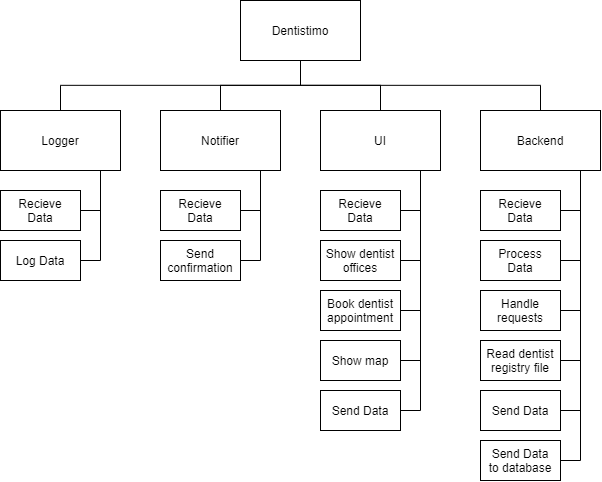
The draw.io diagram images/functional_decomposition.png in Brother-Blue/Dist.-Systems-documentation, before a commit. Source tidied: cells renumbered, new cells last; positions are measured from the earlier drawing's top-left corner, leaving out a move shared by most shapes. Its diagram source:
```xml
<mxGraphModel>
  <root>
    <mxCell id="0" />
    <mxCell id="1" parent="0" />
    <mxCell id="2" style="edgeStyle=elbowEdgeStyle;rounded=0;jettySize=auto;html=1;exitX=0.5;exitY=1;exitDx=0;exitDy=0;entryX=0.5;entryY=0;entryDx=0;entryDy=0;endArrow=none;endFill=0;elbow=vertical;" parent="1" edge="1" source="6" target="25">
      <mxGeometry relative="1" as="geometry" />
    </mxCell>
    <mxCell id="3" style="edgeStyle=elbowEdgeStyle;rounded=0;jettySize=auto;elbow=vertical;html=1;exitX=0.5;exitY=1;exitDx=0;exitDy=0;entryX=0.5;entryY=0;entryDx=0;entryDy=0;endArrow=none;endFill=0;" parent="1" edge="1" source="6" target="18">
      <mxGeometry relative="1" as="geometry" />
    </mxCell>
    <mxCell id="4" style="edgeStyle=elbowEdgeStyle;rounded=0;jettySize=auto;elbow=vertical;html=1;exitX=0.5;exitY=1;exitDx=0;exitDy=0;entryX=0.5;entryY=0;entryDx=0;entryDy=0;endArrow=none;endFill=0;" parent="1" edge="1" source="6" target="12">
      <mxGeometry relative="1" as="geometry" />
    </mxCell>
    <mxCell id="5" style="edgeStyle=elbowEdgeStyle;rounded=0;jettySize=auto;elbow=vertical;html=1;exitX=0.5;exitY=1;exitDx=0;exitDy=0;entryX=0.5;entryY=0;entryDx=0;entryDy=0;endArrow=none;endFill=0;" parent="1" edge="1" source="6" target="9">
      <mxGeometry relative="1" as="geometry" />
    </mxCell>
    <mxCell id="6" value="Dentistimo" style="rounded=0;whiteSpace=wrap;html=1;" parent="1" vertex="1">
      <mxGeometry x="240" width="120" height="60" as="geometry" />
    </mxCell>
    <mxCell id="7" style="edgeStyle=orthogonalEdgeStyle;rounded=0;jettySize=auto;html=1;exitX=0.75;exitY=1;exitDx=0;exitDy=0;entryX=1;entryY=0.5;entryDx=0;entryDy=0;endArrow=none;endFill=0;" parent="1" edge="1" source="9" target="26">
      <mxGeometry relative="1" as="geometry">
        <Array as="points">
          <mxPoint x="100" y="170" />
          <mxPoint x="100" y="210" />
        </Array>
      </mxGeometry>
    </mxCell>
    <mxCell id="8" style="edgeStyle=elbowEdgeStyle;rounded=0;jettySize=auto;html=1;exitX=0.75;exitY=1;exitDx=0;exitDy=0;entryX=1;entryY=0.5;entryDx=0;entryDy=0;endArrow=none;endFill=0;" parent="1" edge="1" source="9" target="27">
      <mxGeometry relative="1" as="geometry">
        <Array as="points">
          <mxPoint x="100" y="200" />
        </Array>
      </mxGeometry>
    </mxCell>
    <mxCell id="9" value="Logger" style="rounded=0;whiteSpace=wrap;html=1;" parent="1" vertex="1">
      <mxGeometry y="110" width="120" height="60" as="geometry" />
    </mxCell>
    <mxCell id="10" style="edgeStyle=elbowEdgeStyle;rounded=0;jettySize=auto;html=1;exitX=0.75;exitY=1;exitDx=0;exitDy=0;entryX=1;entryY=0.5;entryDx=0;entryDy=0;endArrow=none;endFill=0;" parent="1" edge="1" source="12" target="28">
      <mxGeometry relative="1" as="geometry">
        <Array as="points">
          <mxPoint x="260" y="200" />
        </Array>
      </mxGeometry>
    </mxCell>
    <mxCell id="11" style="edgeStyle=elbowEdgeStyle;rounded=0;jettySize=auto;html=1;exitX=0.75;exitY=1;exitDx=0;exitDy=0;entryX=1;entryY=0.5;entryDx=0;entryDy=0;endArrow=none;endFill=0;" parent="1" edge="1" source="12" target="29">
      <mxGeometry relative="1" as="geometry">
        <Array as="points">
          <mxPoint x="260" y="200" />
        </Array>
      </mxGeometry>
    </mxCell>
    <mxCell id="12" value="Notifier" style="rounded=0;whiteSpace=wrap;html=1;" parent="1" vertex="1">
      <mxGeometry x="160" y="110" width="120" height="60" as="geometry" />
    </mxCell>
    <mxCell id="13" style="edgeStyle=elbowEdgeStyle;rounded=0;jettySize=auto;html=1;exitX=0.75;exitY=1;exitDx=0;exitDy=0;entryX=1;entryY=0.5;entryDx=0;entryDy=0;endArrow=none;endFill=0;" parent="1" edge="1" source="18" target="30">
      <mxGeometry relative="1" as="geometry">
        <Array as="points">
          <mxPoint x="420" y="190" />
        </Array>
      </mxGeometry>
    </mxCell>
    <mxCell id="14" style="edgeStyle=elbowEdgeStyle;rounded=0;jettySize=auto;html=1;exitX=0.75;exitY=1;exitDx=0;exitDy=0;entryX=1;entryY=0.5;entryDx=0;entryDy=0;endArrow=none;endFill=0;" parent="1" edge="1" source="18" target="31">
      <mxGeometry relative="1" as="geometry">
        <Array as="points">
          <mxPoint x="420" y="240" />
        </Array>
      </mxGeometry>
    </mxCell>
    <mxCell id="15" style="edgeStyle=elbowEdgeStyle;rounded=0;jettySize=auto;html=1;exitX=0.75;exitY=1;exitDx=0;exitDy=0;entryX=1;entryY=0.5;entryDx=0;entryDy=0;endArrow=none;endFill=0;" parent="1" edge="1" source="18" target="32">
      <mxGeometry relative="1" as="geometry">
        <Array as="points">
          <mxPoint x="420" y="290" />
        </Array>
      </mxGeometry>
    </mxCell>
    <mxCell id="16" style="edgeStyle=elbowEdgeStyle;rounded=0;jettySize=auto;html=1;exitX=0.75;exitY=1;exitDx=0;exitDy=0;entryX=1;entryY=0.5;entryDx=0;entryDy=0;endArrow=none;endFill=0;" parent="1" edge="1" source="18" target="33">
      <mxGeometry relative="1" as="geometry">
        <Array as="points">
          <mxPoint x="420" y="340" />
        </Array>
      </mxGeometry>
    </mxCell>
    <mxCell id="17" style="edgeStyle=elbowEdgeStyle;rounded=0;jettySize=auto;html=1;exitX=0.75;exitY=1;exitDx=0;exitDy=0;entryX=1;entryY=0.5;entryDx=0;entryDy=0;endArrow=none;endFill=0;" parent="1" edge="1" source="18" target="38">
      <mxGeometry relative="1" as="geometry">
        <Array as="points">
          <mxPoint x="420" y="380" />
        </Array>
      </mxGeometry>
    </mxCell>
    <mxCell id="18" value="UI" style="rounded=0;whiteSpace=wrap;html=1;" parent="1" vertex="1">
      <mxGeometry x="320" y="110" width="120" height="60" as="geometry" />
    </mxCell>
    <mxCell id="19" style="edgeStyle=elbowEdgeStyle;rounded=0;jettySize=auto;html=1;exitX=0.75;exitY=1;exitDx=0;exitDy=0;entryX=1;entryY=0.5;entryDx=0;entryDy=0;endArrow=none;endFill=0;" parent="1" edge="1" source="25" target="35">
      <mxGeometry relative="1" as="geometry">
        <Array as="points">
          <mxPoint x="580" y="200" />
        </Array>
      </mxGeometry>
    </mxCell>
    <mxCell id="20" style="edgeStyle=elbowEdgeStyle;rounded=0;jettySize=auto;html=1;exitX=0.75;exitY=1;exitDx=0;exitDy=0;entryX=1;entryY=0.5;entryDx=0;entryDy=0;endArrow=none;endFill=0;" parent="1" edge="1" source="25" target="34">
      <mxGeometry relative="1" as="geometry">
        <Array as="points">
          <mxPoint x="580" y="240" />
        </Array>
      </mxGeometry>
    </mxCell>
    <mxCell id="21" style="edgeStyle=elbowEdgeStyle;rounded=0;jettySize=auto;html=1;exitX=0.75;exitY=1;exitDx=0;exitDy=0;entryX=1;entryY=0.5;entryDx=0;entryDy=0;endArrow=none;endFill=0;" parent="1" edge="1" source="25" target="36">
      <mxGeometry relative="1" as="geometry">
        <Array as="points">
          <mxPoint x="580" y="280" />
        </Array>
      </mxGeometry>
    </mxCell>
    <mxCell id="22" style="edgeStyle=elbowEdgeStyle;rounded=0;jettySize=auto;html=1;exitX=0.75;exitY=1;exitDx=0;exitDy=0;entryX=1;entryY=0.5;entryDx=0;entryDy=0;endArrow=none;endFill=0;" parent="1" edge="1" source="25" target="37">
      <mxGeometry relative="1" as="geometry">
        <Array as="points">
          <mxPoint x="580" y="340" />
        </Array>
      </mxGeometry>
    </mxCell>
    <mxCell id="23" style="edgeStyle=elbowEdgeStyle;rounded=0;jettySize=auto;html=1;exitX=0.75;exitY=1;exitDx=0;exitDy=0;entryX=1;entryY=0.5;entryDx=0;entryDy=0;endArrow=none;endFill=0;" parent="1" edge="1" source="25" target="39">
      <mxGeometry relative="1" as="geometry">
        <Array as="points">
          <mxPoint x="580" y="380" />
        </Array>
      </mxGeometry>
    </mxCell>
    <mxCell id="24" style="edgeStyle=elbowEdgeStyle;rounded=0;jettySize=auto;html=1;exitX=0.75;exitY=1;exitDx=0;exitDy=0;entryX=1;entryY=0.5;entryDx=0;entryDy=0;endArrow=none;endFill=0;" parent="1" edge="1" source="25" target="40">
      <mxGeometry relative="1" as="geometry">
        <Array as="points">
          <mxPoint x="580" y="430" />
        </Array>
      </mxGeometry>
    </mxCell>
    <mxCell id="25" value="Backend" style="rounded=0;whiteSpace=wrap;html=1;" parent="1" vertex="1">
      <mxGeometry x="480" y="110" width="120" height="60" as="geometry" />
    </mxCell>
    <mxCell id="26" value="Recieve&lt;br&gt;Data" style="rounded=0;whiteSpace=wrap;html=1;" parent="1" vertex="1">
      <mxGeometry y="190" width="80" height="40" as="geometry" />
    </mxCell>
    <mxCell id="27" value="Log Data" style="rounded=0;whiteSpace=wrap;html=1;" parent="1" vertex="1">
      <mxGeometry y="240" width="80" height="40" as="geometry" />
    </mxCell>
    <mxCell id="28" value="Recieve&lt;br&gt;Data" style="rounded=0;whiteSpace=wrap;html=1;" parent="1" vertex="1">
      <mxGeometry x="160" y="190" width="80" height="40" as="geometry" />
    </mxCell>
    <mxCell id="29" value="Send&lt;br&gt;confirmation" style="rounded=0;whiteSpace=wrap;html=1;" parent="1" vertex="1">
      <mxGeometry x="160" y="240" width="80" height="40" as="geometry" />
    </mxCell>
    <mxCell id="30" value="Recieve&lt;br&gt;Data" style="rounded=0;whiteSpace=wrap;html=1;" parent="1" vertex="1">
      <mxGeometry x="320" y="190" width="80" height="40" as="geometry" />
    </mxCell>
    <mxCell id="31" value="Show dentist&lt;br&gt;offices" style="rounded=0;whiteSpace=wrap;html=1;" parent="1" vertex="1">
      <mxGeometry x="320" y="240" width="80" height="40" as="geometry" />
    </mxCell>
    <mxCell id="32" value="Book dentist&lt;br&gt;appointment" style="rounded=0;whiteSpace=wrap;html=1;" parent="1" vertex="1">
      <mxGeometry x="320" y="290" width="80" height="40" as="geometry" />
    </mxCell>
    <mxCell id="33" value="Show map" style="rounded=0;whiteSpace=wrap;html=1;" parent="1" vertex="1">
      <mxGeometry x="320" y="340" width="80" height="40" as="geometry" />
    </mxCell>
    <mxCell id="34" value="Process&lt;br&gt;Data" style="rounded=0;whiteSpace=wrap;html=1;" parent="1" vertex="1">
      <mxGeometry x="480" y="240" width="80" height="40" as="geometry" />
    </mxCell>
    <mxCell id="35" value="Recieve&lt;br&gt;Data" style="rounded=0;whiteSpace=wrap;html=1;" parent="1" vertex="1">
      <mxGeometry x="480" y="190" width="80" height="40" as="geometry" />
    </mxCell>
    <mxCell id="36" value="Handle&lt;br&gt;requests" style="rounded=0;whiteSpace=wrap;html=1;" parent="1" vertex="1">
      <mxGeometry x="480" y="290" width="80" height="40" as="geometry" />
    </mxCell>
    <mxCell id="37" value="Read dentist&lt;br&gt;registry file" style="rounded=0;whiteSpace=wrap;html=1;" parent="1" vertex="1">
      <mxGeometry x="480" y="340" width="80" height="40" as="geometry" />
    </mxCell>
    <mxCell id="38" value="Send Data" style="rounded=0;whiteSpace=wrap;html=1;" parent="1" vertex="1">
      <mxGeometry x="320" y="390" width="80" height="40" as="geometry" />
    </mxCell>
    <mxCell id="39" value="Send Data" style="rounded=0;whiteSpace=wrap;html=1;" parent="1" vertex="1">
      <mxGeometry x="480" y="390" width="80" height="40" as="geometry" />
    </mxCell>
    <mxCell id="40" value="Send Data&lt;br&gt;to database" style="rounded=0;whiteSpace=wrap;html=1;" parent="1" vertex="1">
      <mxGeometry x="480" y="440" width="80" height="40" as="geometry" />
    </mxCell>
  </root>
</mxGraphModel>
```
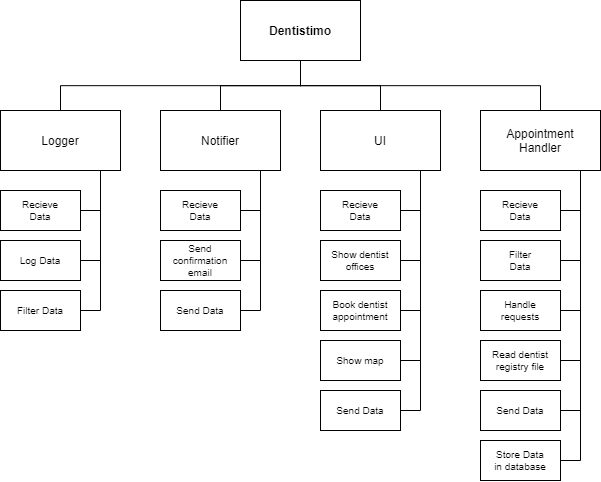
The same diagram one commit later.

What changed in the source:
```diff
@@ -14,7 +14,7 @@
     <mxCell id="5" style="edgeStyle=elbowEdgeStyle;rounded=0;jettySize=auto;elbow=vertical;html=1;exitX=0.5;exitY=1;exitDx=0;exitDy=0;entryX=0.5;entryY=0;entryDx=0;entryDy=0;endArrow=none;endFill=0;" parent="1" edge="1" source="6" target="9">
       <mxGeometry relative="1" as="geometry" />
     </mxCell>
-    <mxCell id="6" value="Dentistimo" style="rounded=0;whiteSpace=wrap;html=1;" parent="1" vertex="1">
+    <mxCell id="6" value="Dentistimo" style="rounded=0;whiteSpace=wrap;html=1;fontStyle=1;" parent="1" vertex="1">
       <mxGeometry x="240" width="120" height="60" as="geometry" />
     </mxCell>
     <mxCell id="7" style="edgeStyle=orthogonalEdgeStyle;rounded=0;jettySize=auto;html=1;exitX=0.75;exitY=1;exitDx=0;exitDy=0;entryX=1;entryY=0.5;entryDx=0;entryDy=0;endArrow=none;endFill=0;" parent="1" edge="1" source="9" target="26">
@@ -25,7 +25,7 @@
         </Array>
       </mxGeometry>
     </mxCell>
-    <mxCell id="8" style="edgeStyle=elbowEdgeStyle;rounded=0;jettySize=auto;html=1;exitX=0.75;exitY=1;exitDx=0;exitDy=0;entryX=1;entryY=0.5;entryDx=0;entryDy=0;endArrow=none;endFill=0;" parent="1" edge="1" source="9" target="27">
+    <mxCell id="8" style="edgeStyle=elbowEdgeStyle;rounded=0;jettySize=auto;html=1;exitX=0.833;exitY=0.998;exitDx=0;exitDy=0;entryX=1;entryY=0.5;entryDx=0;entryDy=0;endArrow=none;endFill=0;exitPerimeter=0;" parent="1" edge="1" source="9" target="27">
       <mxGeometry relative="1" as="geometry">
         <Array as="points">
           <mxPoint x="100" y="200" />
@@ -42,7 +42,7 @@
         </Array>
       </mxGeometry>
     </mxCell>
-    <mxCell id="11" style="edgeStyle=elbowEdgeStyle;rounded=0;jettySize=auto;html=1;exitX=0.75;exitY=1;exitDx=0;exitDy=0;entryX=1;entryY=0.5;entryDx=0;entryDy=0;endArrow=none;endFill=0;" parent="1" edge="1" source="12" target="29">
+    <mxCell id="11" style="edgeStyle=elbowEdgeStyle;rounded=0;jettySize=auto;html=1;exitX=0.833;exitY=0.995;exitDx=0;exitDy=0;entryX=1;entryY=0.5;entryDx=0;entryDy=0;endArrow=none;endFill=0;exitPerimeter=0;" parent="1" edge="1" source="12" target="29">
       <mxGeometry relative="1" as="geometry">
         <Array as="points">
           <mxPoint x="260" y="200" />
@@ -80,7 +80,7 @@
         </Array>
       </mxGeometry>
     </mxCell>
-    <mxCell id="17" style="edgeStyle=elbowEdgeStyle;rounded=0;jettySize=auto;html=1;exitX=0.75;exitY=1;exitDx=0;exitDy=0;entryX=1;entryY=0.5;entryDx=0;entryDy=0;endArrow=none;endFill=0;" parent="1" edge="1" source="18" target="38">
+    <mxCell id="17" style="edgeStyle=elbowEdgeStyle;rounded=0;jettySize=auto;html=1;exitX=0.832;exitY=0.99;exitDx=0;exitDy=0;entryX=1;entryY=0.5;entryDx=0;entryDy=0;endArrow=none;endFill=0;exitPerimeter=0;" parent="1" edge="1" source="18" target="38">
       <mxGeometry relative="1" as="geometry">
         <Array as="points">
           <mxPoint x="420" y="380" />
@@ -125,60 +125,76 @@
         </Array>
       </mxGeometry>
     </mxCell>
-    <mxCell id="24" style="edgeStyle=elbowEdgeStyle;rounded=0;jettySize=auto;html=1;exitX=0.75;exitY=1;exitDx=0;exitDy=0;entryX=1;entryY=0.5;entryDx=0;entryDy=0;endArrow=none;endFill=0;" parent="1" edge="1" source="25" target="40">
+    <mxCell id="24" style="edgeStyle=elbowEdgeStyle;rounded=0;jettySize=auto;html=1;exitX=0.837;exitY=0.993;exitDx=0;exitDy=0;entryX=1;entryY=0.5;entryDx=0;entryDy=0;endArrow=none;endFill=0;exitPerimeter=0;" parent="1" edge="1" source="25" target="40">
       <mxGeometry relative="1" as="geometry">
         <Array as="points">
           <mxPoint x="580" y="430" />
         </Array>
       </mxGeometry>
     </mxCell>
-    <mxCell id="25" value="Backend" style="rounded=0;whiteSpace=wrap;html=1;" parent="1" vertex="1">
+    <mxCell id="25" value="Appointment&lt;br&gt;Handler" style="rounded=0;whiteSpace=wrap;html=1;" parent="1" vertex="1">
       <mxGeometry x="480" y="110" width="120" height="60" as="geometry" />
     </mxCell>
-    <mxCell id="26" value="Recieve&lt;br&gt;Data" style="rounded=0;whiteSpace=wrap;html=1;" parent="1" vertex="1">
+    <mxCell id="26" value="Recieve&lt;br style=&quot;font-size: 10px;&quot;&gt;Data" style="rounded=0;whiteSpace=wrap;html=1;fontSize=10;" parent="1" vertex="1">
       <mxGeometry y="190" width="80" height="40" as="geometry" />
     </mxCell>
-    <mxCell id="27" value="Log Data" style="rounded=0;whiteSpace=wrap;html=1;" parent="1" vertex="1">
+    <mxCell id="27" value="Log Data" style="rounded=0;whiteSpace=wrap;html=1;fontSize=10;" parent="1" vertex="1">
       <mxGeometry y="240" width="80" height="40" as="geometry" />
     </mxCell>
-    <mxCell id="28" value="Recieve&lt;br&gt;Data" style="rounded=0;whiteSpace=wrap;html=1;" parent="1" vertex="1">
+    <mxCell id="28" value="Recieve&lt;br style=&quot;font-size: 10px;&quot;&gt;Data" style="rounded=0;whiteSpace=wrap;html=1;fontSize=10;" parent="1" vertex="1">
       <mxGeometry x="160" y="190" width="80" height="40" as="geometry" />
     </mxCell>
-    <mxCell id="29" value="Send&lt;br&gt;confirmation" style="rounded=0;whiteSpace=wrap;html=1;" parent="1" vertex="1">
+    <mxCell id="29" value="Send&lt;br style=&quot;font-size: 10px&quot;&gt;confirmation&lt;br&gt;email" style="rounded=0;whiteSpace=wrap;html=1;fontSize=10;" parent="1" vertex="1">
       <mxGeometry x="160" y="240" width="80" height="40" as="geometry" />
     </mxCell>
-    <mxCell id="30" value="Recieve&lt;br&gt;Data" style="rounded=0;whiteSpace=wrap;html=1;" parent="1" vertex="1">
+    <mxCell id="30" value="Recieve&lt;br style=&quot;font-size: 10px;&quot;&gt;Data" style="rounded=0;whiteSpace=wrap;html=1;fontSize=10;" parent="1" vertex="1">
       <mxGeometry x="320" y="190" width="80" height="40" as="geometry" />
     </mxCell>
-    <mxCell id="31" value="Show dentist&lt;br&gt;offices" style="rounded=0;whiteSpace=wrap;html=1;" parent="1" vertex="1">
+    <mxCell id="31" value="Show dentist&lt;br style=&quot;font-size: 10px;&quot;&gt;offices" style="rounded=0;whiteSpace=wrap;html=1;fontSize=10;" parent="1" vertex="1">
       <mxGeometry x="320" y="240" width="80" height="40" as="geometry" />
     </mxCell>
-    <mxCell id="32" value="Book dentist&lt;br&gt;appointment" style="rounded=0;whiteSpace=wrap;html=1;" parent="1" vertex="1">
+    <mxCell id="32" value="Book dentist&lt;br style=&quot;font-size: 10px;&quot;&gt;appointment" style="rounded=0;whiteSpace=wrap;html=1;fontSize=10;" parent="1" vertex="1">
       <mxGeometry x="320" y="290" width="80" height="40" as="geometry" />
     </mxCell>
-    <mxCell id="33" value="Show map" style="rounded=0;whiteSpace=wrap;html=1;" parent="1" vertex="1">
+    <mxCell id="33" value="Show map" style="rounded=0;whiteSpace=wrap;html=1;fontSize=10;" parent="1" vertex="1">
       <mxGeometry x="320" y="340" width="80" height="40" as="geometry" />
     </mxCell>
-    <mxCell id="34" value="Process&lt;br&gt;Data" style="rounded=0;whiteSpace=wrap;html=1;" parent="1" vertex="1">
+    <mxCell id="34" value="Filter&lt;br&gt;Data" style="rounded=0;whiteSpace=wrap;html=1;fontSize=10;" parent="1" vertex="1">
       <mxGeometry x="480" y="240" width="80" height="40" as="geometry" />
     </mxCell>
-    <mxCell id="35" value="Recieve&lt;br&gt;Data" style="rounded=0;whiteSpace=wrap;html=1;" parent="1" vertex="1">
+    <mxCell id="35" value="Recieve&lt;br style=&quot;font-size: 10px;&quot;&gt;Data" style="rounded=0;whiteSpace=wrap;html=1;fontSize=10;" parent="1" vertex="1">
       <mxGeometry x="480" y="190" width="80" height="40" as="geometry" />
     </mxCell>
-    <mxCell id="36" value="Handle&lt;br&gt;requests" style="rounded=0;whiteSpace=wrap;html=1;" parent="1" vertex="1">
+    <mxCell id="36" value="Handle&lt;br style=&quot;font-size: 10px;&quot;&gt;requests" style="rounded=0;whiteSpace=wrap;html=1;fontSize=10;" parent="1" vertex="1">
       <mxGeometry x="480" y="290" width="80" height="40" as="geometry" />
     </mxCell>
-    <mxCell id="37" value="Read dentist&lt;br&gt;registry file" style="rounded=0;whiteSpace=wrap;html=1;" parent="1" vertex="1">
+    <mxCell id="37" value="Read dentist&lt;br style=&quot;font-size: 10px;&quot;&gt;registry file" style="rounded=0;whiteSpace=wrap;html=1;fontSize=10;" parent="1" vertex="1">
       <mxGeometry x="480" y="340" width="80" height="40" as="geometry" />
     </mxCell>
-    <mxCell id="38" value="Send Data" style="rounded=0;whiteSpace=wrap;html=1;" parent="1" vertex="1">
+    <mxCell id="38" value="Send Data" style="rounded=0;whiteSpace=wrap;html=1;fontSize=10;" parent="1" vertex="1">
       <mxGeometry x="320" y="390" width="80" height="40" as="geometry" />
     </mxCell>
-    <mxCell id="39" value="Send Data" style="rounded=0;whiteSpace=wrap;html=1;" parent="1" vertex="1">
+    <mxCell id="39" value="Send Data" style="rounded=0;whiteSpace=wrap;html=1;fontSize=10;" parent="1" vertex="1">
       <mxGeometry x="480" y="390" width="80" height="40" as="geometry" />
     </mxCell>
-    <mxCell id="40" value="Send Data&lt;br&gt;to database" style="rounded=0;whiteSpace=wrap;html=1;" parent="1" vertex="1">
+    <mxCell id="40" value="Store Data&lt;br&gt;in database" style="rounded=0;whiteSpace=wrap;html=1;fontSize=10;" parent="1" vertex="1">
       <mxGeometry x="480" y="440" width="80" height="40" as="geometry" />
     </mxCell>
+    <mxCell id="41" style="edgeStyle=orthogonalEdgeStyle;rounded=0;jettySize=auto;html=1;exitX=1;exitY=0.5;exitDx=0;exitDy=0;fontSize=10;endArrow=none;endFill=0;" parent="1" edge="1" source="42">
+      <mxGeometry relative="1" as="geometry">
+        <mxPoint x="100" y="250" as="targetPoint" />
+      </mxGeometry>
+    </mxCell>
+    <mxCell id="42" value="Filter Data" style="rounded=0;whiteSpace=wrap;html=1;fontSize=10;" parent="1" vertex="1">
+      <mxGeometry y="290" width="80" height="40" as="geometry" />
+    </mxCell>
+    <mxCell id="43" style="edgeStyle=orthogonalEdgeStyle;rounded=0;jettySize=auto;html=1;exitX=1;exitY=0.5;exitDx=0;exitDy=0;endArrow=none;endFill=0;fontSize=10;" parent="1" edge="1" source="44">
+      <mxGeometry relative="1" as="geometry">
+        <mxPoint x="260" y="240" as="targetPoint" />
+      </mxGeometry>
+    </mxCell>
+    <mxCell id="44" value="Send Data" style="rounded=0;whiteSpace=wrap;html=1;fontSize=10;" parent="1" vertex="1">
+      <mxGeometry x="160" y="290" width="80" height="40" as="geometry" />
+    </mxCell>
   </root>
 </mxGraphModel>
```
